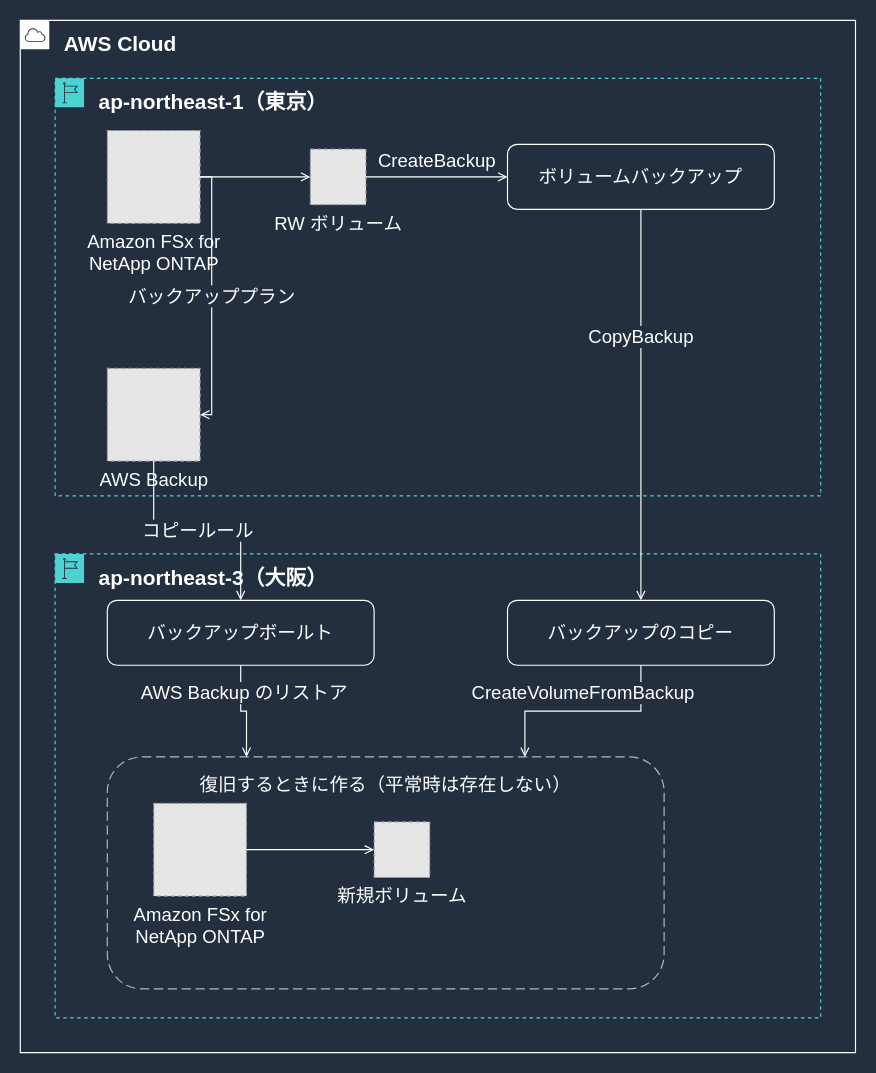
Earlier version of the draw.io diagram docs/_assets/diagrams/backup-copy-cross-region-dark.drawio (Yoshiki0705/FSx-for-ONTAP-Adoption-Playbook). Source tidied: cells renumbered, new cells numbered last; positions are measured from the earlier drawing's top-left corner, leaving out a move shared by most shapes. Both pictures are drawn from the tidied source at 116%, with x=0, y=0 at pixel (20, 20). Pictures stored in the file or linked from it are replaced by grey dashed boxes.
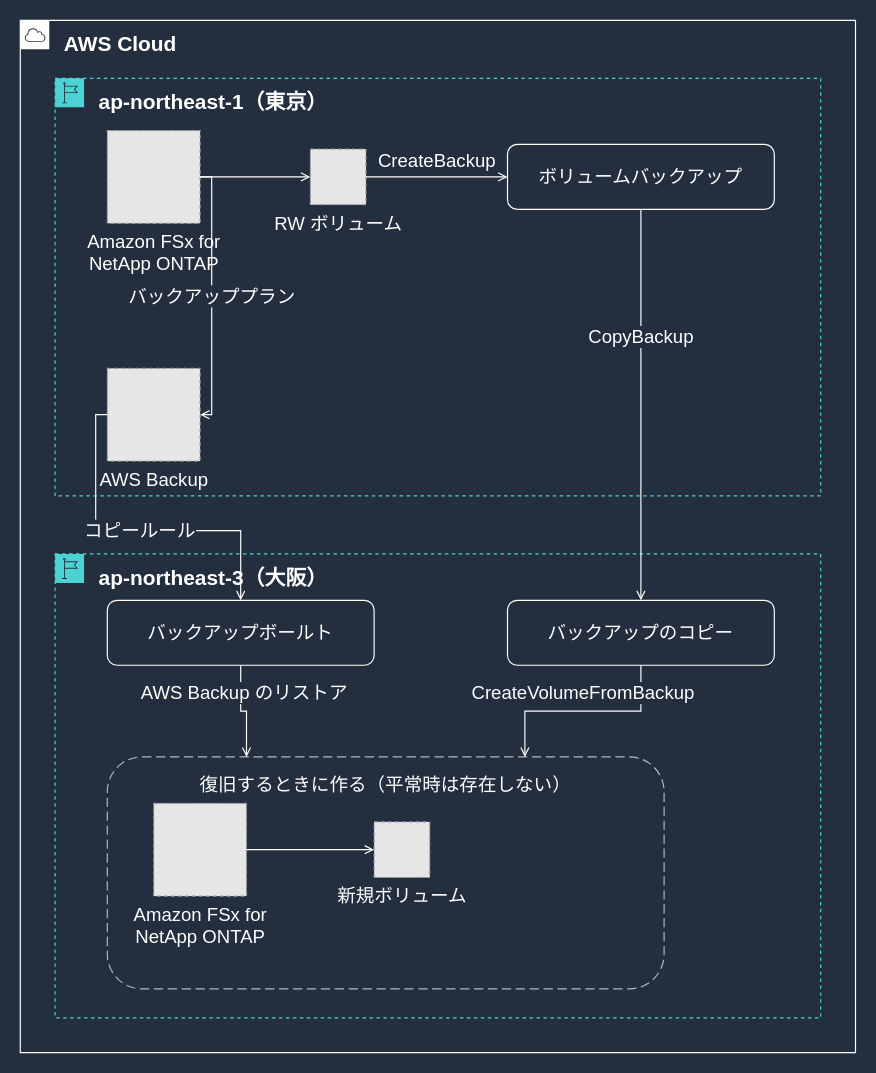
The same diagram, later.

The change refers to these unchanged cells:
```xml
<mxCell id="8" value="バックアップボールト" style="rounded=1;whiteSpace=wrap;html=1;strokeColor=#FFFFFF;fillColor=none;fontColor=#FFFFFF;fontSize=16;verticalAlign=middle;align=center;" parent="1" vertex="1">
  <mxGeometry x="75" y="500" width="230" height="56" as="geometry" />
</mxCell>
<mxCell id="11" value="AWS Backup" style="fillColor=#E6E6E6;strokeColor=#999999;dashed=1;html=1;verticalLabelPosition=bottom;verticalAlign=top;labelPosition=center;align=center;fontSize=16;fontColor=#FFFFFF;" parent="1" vertex="1">
  <mxGeometry x="75" y="300" width="80" height="80" as="geometry" />
</mxCell>
```

Diff of the diagram source:
```diff
@@
-    <mxCell id="18" value="コピールール" style="edgeStyle=orthogonalEdgeStyle;rounded=0;html=1;endArrow=open;endFill=0;strokeColor=#FFFFFF;strokeWidth=1;fontSize=16;fontColor=#FFFFFF;labelBackgroundColor=#232F3E;exitX=0.5;exitY=1.0;exitDx=0;exitDy=0;entryX=0.5;entryY=0.0;entryDx=0;entryDy=0;" parent="1" edge="1" source="11" target="8">
+    <mxCell id="18" value="コピールール" style="edgeStyle=orthogonalEdgeStyle;rounded=0;html=1;endArrow=open;endFill=0;strokeColor=#FFFFFF;strokeWidth=1;fontSize=16;fontColor=#FFFFFF;labelBackgroundColor=#232F3E;exitX=0.0;exitY=0.5;exitDx=0;exitDy=0;entryX=0.5;entryY=0.0;entryDx=0;entryDy=0;" parent="1" edge="1" source="11" target="8">
       <mxGeometry relative="1" as="geometry" />
     </mxCell>
```
